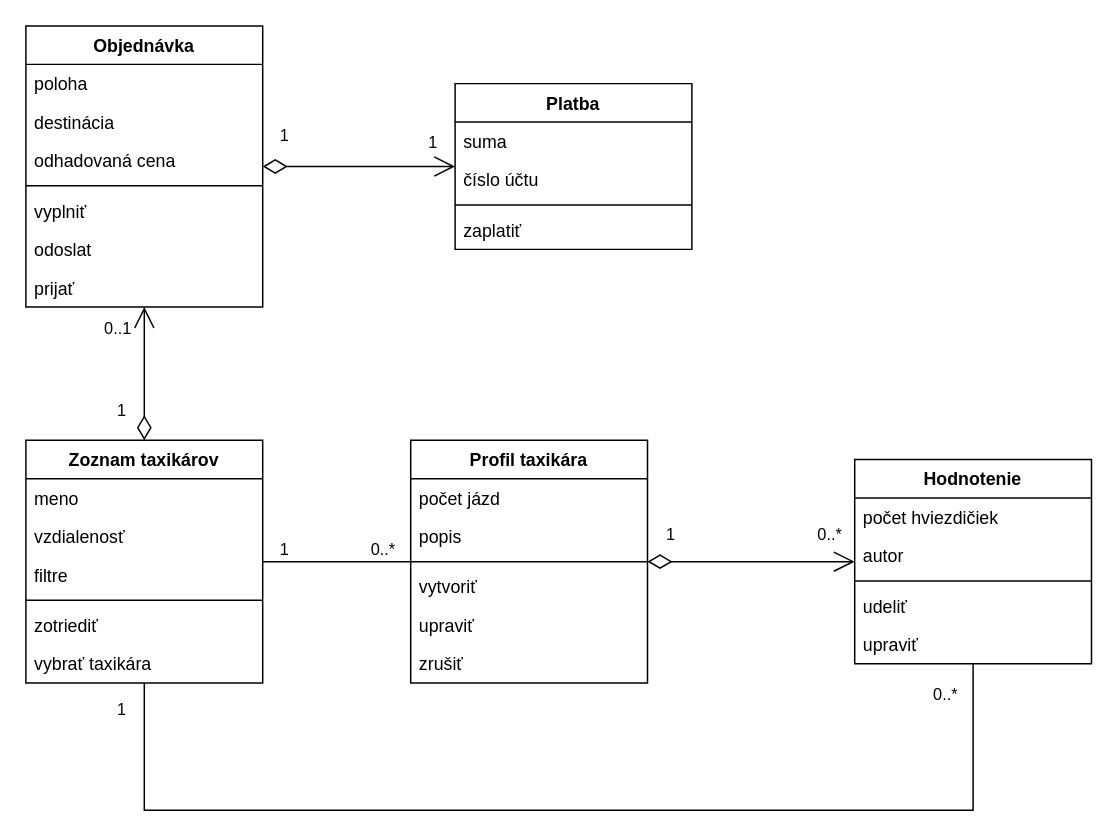
Earlier version of the draw.io diagram Untitled Diagram.drawio (Achatin/Diagrams). Source tidied: cells renumbered, new cells numbered last; positions are measured from the earlier drawing's top-left corner, leaving out a move shared by most shapes. Both pictures are drawn from the tidied source at 148%, with x=0, y=0 at pixel (25, 25).
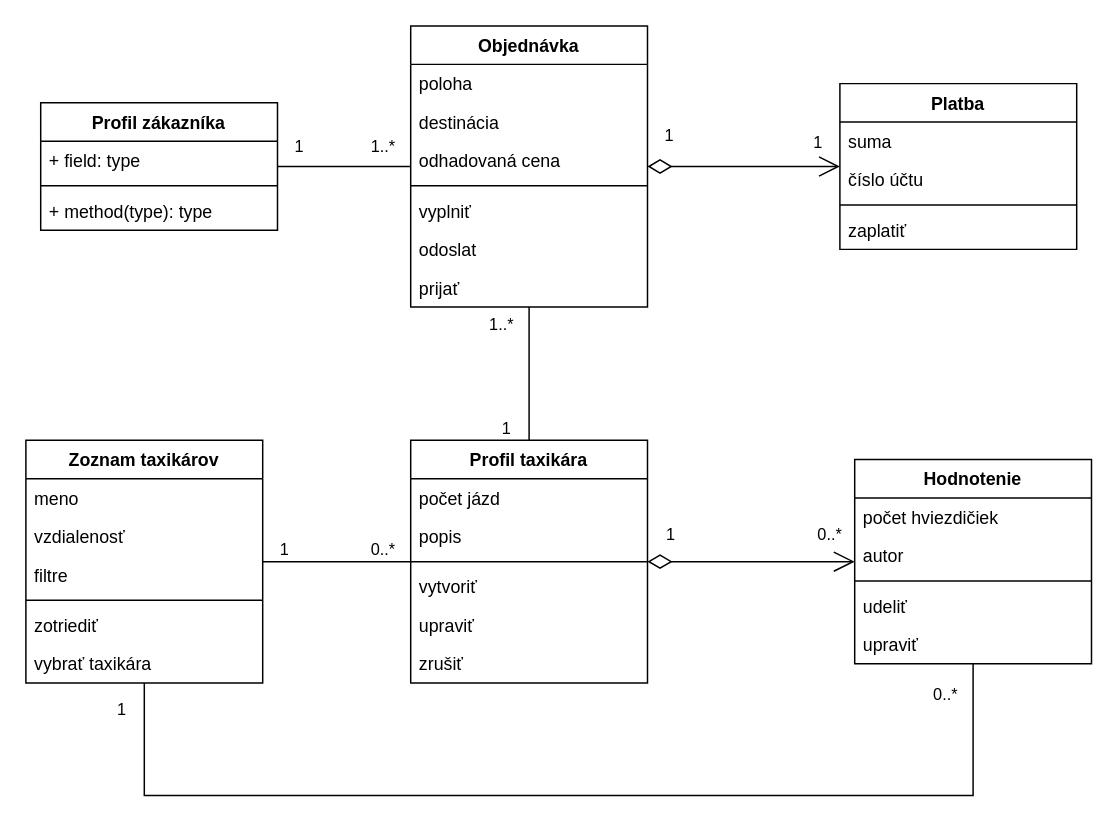
The same diagram, later.

The change refers to these unchanged cells:
```xml
<mxCell id="10" value="Zoznam taxikárov" style="swimlane;fontStyle=1;align=center;verticalAlign=top;horizontal=1;startSize=26;" parent="1" vertex="1">
  <mxGeometry y="280" width="160" height="164" as="geometry" />
</mxCell>
<mxCell id="17" value="Hodnotenie" style="swimlane;fontStyle=1;align=center;verticalAlign=top;horizontal=1;startSize=26;" parent="1" vertex="1">
  <mxGeometry x="560" y="293" width="160" height="138" as="geometry" />
</mxCell>
<mxCell id="23" value="Profil taxikára" style="swimlane;fontStyle=1;align=center;verticalAlign=top;horizontal=1;startSize=26;" parent="1" vertex="1">
  <mxGeometry x="260" y="280" width="160" height="164" as="geometry" />
</mxCell>
```

Diff of the diagram source:
```diff
@@
     <mxCell id="2" value="Objednávka" style="swimlane;fontStyle=1;align=center;verticalAlign=top;horizontal=1;startSize=26;" parent="1" vertex="1">
-      <mxGeometry width="160" height="190" as="geometry" />
+      <mxGeometry x="260" width="160" height="190" as="geometry" />
     </mxCell>
@@
-    <mxCell id="35" value="1" style="endArrow=open;html=1;endSize=12;startArrow=diamondThin;startSize=14;startFill=0;edgeStyle=orthogonalEdgeStyle;align=left;verticalAlign=bottom;rounded=0;exitX=0.5;exitY=0;exitDx=0;exitDy=0;" parent="1" edge="1" source="10" target="2">
-      <mxGeometry x="-0.76" y="20" relative="1" as="geometry" />
-    </mxCell>
-    <mxCell id="36" value="0..1" style="edgeLabel;html=1;align=center;verticalAlign=middle;" parent="35" vertex="1">
-      <mxGeometry x="0.86" y="3" relative="1" as="geometry">
-        <mxPoint x="-16" y="8" as="offset" />
-      </mxGeometry>
-    </mxCell>
     <mxCell id="37" value="Platba" style="swimlane;fontStyle=1;align=center;verticalAlign=top;horizontal=1;startSize=26;" parent="1" vertex="1">
-      <mxGeometry x="290" y="39" width="160" height="112" as="geometry" />
+      <mxGeometry x="550" y="39" width="160" height="112" as="geometry" />
     </mxCell>
@@
     <mxCell id="44" style="endArrow=none;html=1;edgeStyle=orthogonalEdgeStyle;rounded=0;" parent="1" edge="1" source="10" target="17">
       <mxGeometry relative="1" as="geometry">
         <Array as="points">
-          <mxPoint x="80" y="530" />
-          <mxPoint x="640" y="530" />
+          <mxPoint x="80" y="520" />
+          <mxPoint x="640" y="520" />
         </Array>
       </mxGeometry>
     </mxCell>
@@
+    <mxCell id="47" value="Profil zákazníka" style="swimlane;fontStyle=1;align=center;verticalAlign=top;horizontal=1;startSize=26;" parent="1" vertex="1">
+      <mxGeometry x="10" y="52" width="160" height="86" as="geometry" />
+    </mxCell>
+    <mxCell id="48" value="+ field: type" style="text;strokeColor=none;fillColor=none;align=left;verticalAlign=top;spacingLeft=4;spacingRight=4;overflow=hidden;" parent="47" vertex="1">
+      <mxGeometry y="26" width="160" height="26" as="geometry" />
+    </mxCell>
+    <mxCell id="49" style="line;strokeWidth=1;fillColor=none;align=left;verticalAlign=middle;spacingTop=-1;spacingLeft=3;spacingRight=3;labelPosition=right;" parent="47" vertex="1">
+      <mxGeometry y="52" width="160" height="8" as="geometry" />
+    </mxCell>
+    <mxCell id="50" value="+ method(type): type" style="text;strokeColor=none;fillColor=none;align=left;verticalAlign=top;spacingLeft=4;spacingRight=4;overflow=hidden;" parent="47" vertex="1">
+      <mxGeometry y="60" width="160" height="26" as="geometry" />
+    </mxCell>
+    <mxCell id="51" style="endArrow=none;html=1;edgeStyle=orthogonalEdgeStyle;rounded=0;" parent="1" edge="1" source="23" target="2">
+      <mxGeometry relative="1" as="geometry" />
+    </mxCell>
+    <mxCell id="52" value="1" style="edgeLabel;html=1;align=left;verticalAlign=bottom;" parent="51" vertex="1">
+      <mxGeometry x="-1" relative="1" as="geometry">
+        <mxPoint x="-20" as="offset" />
+      </mxGeometry>
+    </mxCell>
+    <mxCell id="53" value="1..*" style="edgeLabel;html=1;align=right;verticalAlign=bottom;" parent="51" vertex="1">
+      <mxGeometry x="1" relative="1" as="geometry">
+        <mxPoint x="-10" y="20" as="offset" />
+      </mxGeometry>
+    </mxCell>
+    <mxCell id="54" style="endArrow=none;html=1;edgeStyle=orthogonalEdgeStyle;rounded=0;" parent="1" edge="1" source="47" target="2">
+      <mxGeometry relative="1" as="geometry" />
+    </mxCell>
+    <mxCell id="55" value="1" style="edgeLabel;html=1;align=left;verticalAlign=bottom;" parent="54" vertex="1">
+      <mxGeometry x="-1" relative="1" as="geometry">
+        <mxPoint x="10" y="-5" as="offset" />
+      </mxGeometry>
+    </mxCell>
+    <mxCell id="56" value="1..*" style="edgeLabel;html=1;align=right;verticalAlign=bottom;" parent="54" vertex="1">
+      <mxGeometry x="1" relative="1" as="geometry">
+        <mxPoint x="-10" y="-5" as="offset" />
+      </mxGeometry>
+    </mxCell>
```
